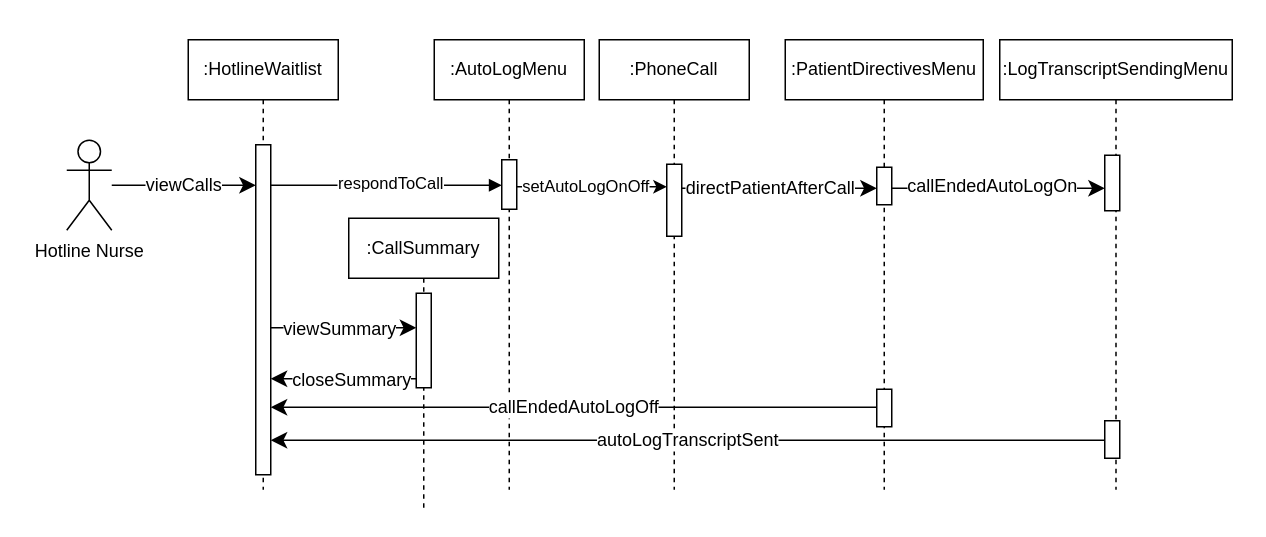
This is AmirWork/M2/Nurse_Hotline_SequenceDiagram.drawio from SENG-350-2024-fall/Team9, a draw.io file, before an edit. Source tidied: cells renumbered, new cells numbered last; positions are measured from the earlier drawing's top-left corner, leaving out a move shared by most shapes. Both pictures are drawn from the tidied source at 150%, with x=0, y=0 at pixel (26, 26).
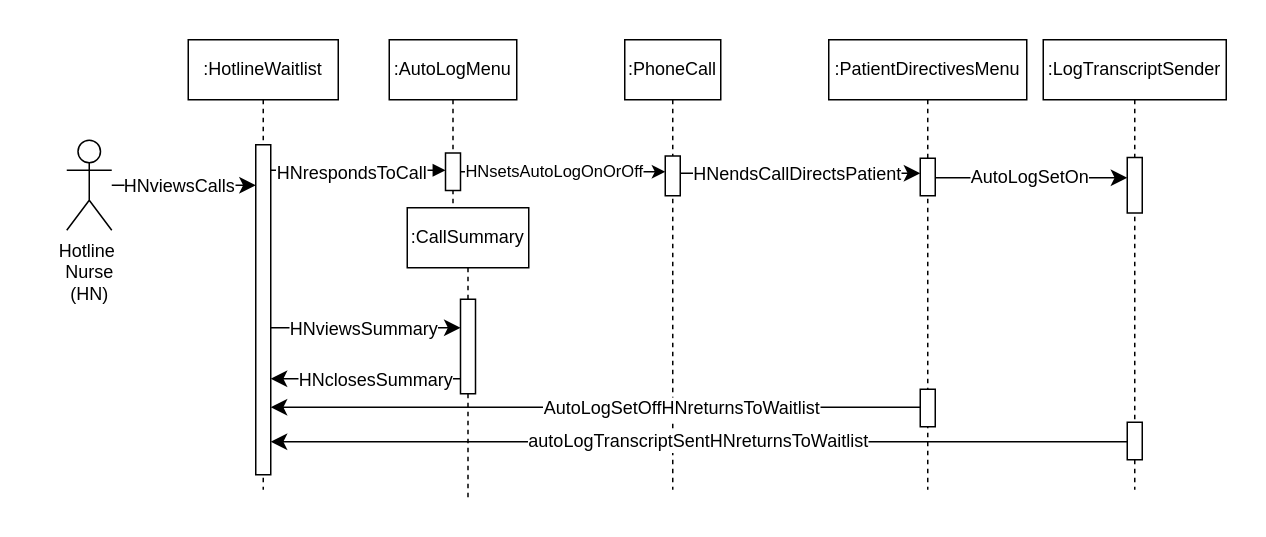
The same diagram, later.

Unchanged cells that the change refers to:
```xml
<mxCell id="7" style="html=1;points=[];perimeter=orthogonalPerimeter;outlineConnect=0;targetShapes=umlLifeline;portConstraint=eastwest;newEdgeStyle={&quot;edgeStyle&quot;:&quot;elbowEdgeStyle&quot;,&quot;elbow&quot;:&quot;vertical&quot;,&quot;curved&quot;:0,&quot;rounded&quot;:0};" parent="6" vertex="1">
  <mxGeometry x="45" y="70" width="10" height="220" as="geometry" />
</mxCell>
<mxCell id="13" style="edgeStyle=elbowEdgeStyle;curved=0;rounded=0;jettySize=auto;html=1;elbow=horizontal;fontSize=12;startSize=8;endSize=8;" parent="1" edge="1" source="7" target="5">
  <mxGeometry relative="1" as="geometry">
    <Array as="points">
      <mxPoint x="217" y="201" />
    </Array>
  </mxGeometry>
</mxCell>
<mxCell id="15" style="edgeStyle=elbowEdgeStyle;curved=0;rounded=0;jettySize=auto;html=1;elbow=horizontal;fontSize=12;startSize=8;endSize=8;" parent="1" edge="1" source="5" target="7">
  <mxGeometry relative="1" as="geometry">
    <Array as="points">
      <mxPoint x="217" y="235" />
    </Array>
  </mxGeometry>
</mxCell>
<mxCell id="23" style="html=1;points=[];perimeter=orthogonalPerimeter;outlineConnect=0;targetShapes=umlLifeline;portConstraint=eastwest;newEdgeStyle={&quot;edgeStyle&quot;:&quot;elbowEdgeStyle&quot;,&quot;elbow&quot;:&quot;vertical&quot;,&quot;curved&quot;:0,&quot;rounded&quot;:0};" parent="21" vertex="1">
  <mxGeometry x="61" y="233" width="10" height="25" as="geometry" />
</mxCell>
```

Diff of the diagram source:
```diff
@@
     <mxCell id="3" style="rounded=0;whiteSpace=wrap;html=1;strokeColor=none;" parent="1" vertex="1">
-      <mxGeometry y="3" width="127" height="147" as="geometry" />
+      <mxGeometry y="9" width="127" height="147" as="geometry" />
     </mxCell>
     <mxCell id="4" value=":CallSummary" style="shape=umlLifeline;perimeter=lifelinePerimeter;whiteSpace=wrap;html=1;newEdgeStyle={&quot;edgeStyle&quot;:&quot;elbowEdgeStyle&quot;,&quot;elbow&quot;:&quot;vertical&quot;,&quot;curved&quot;:0,&quot;rounded&quot;:0};" parent="1" vertex="1">
-      <mxGeometry x="215" y="128" width="100" height="195" as="geometry" />
+      <mxGeometry x="254" y="121" width="81" height="195" as="geometry" />
     </mxCell>
     <mxCell id="5" style="html=1;points=[];perimeter=orthogonalPerimeter;outlineConnect=0;targetShapes=umlLifeline;portConstraint=eastwest;newEdgeStyle={&quot;edgeStyle&quot;:&quot;elbowEdgeStyle&quot;,&quot;elbow&quot;:&quot;vertical&quot;,&quot;curved&quot;:0,&quot;rounded&quot;:0};" parent="4" vertex="1">
-      <mxGeometry x="45" y="50" width="10" height="63" as="geometry" />
+      <mxGeometry x="35.5" y="61" width="10" height="63" as="geometry" />
     </mxCell>
@@
     <mxCell id="8" value=":AutoLogMenu" style="shape=umlLifeline;perimeter=lifelinePerimeter;whiteSpace=wrap;html=1;newEdgeStyle={&quot;edgeStyle&quot;:&quot;elbowEdgeStyle&quot;,&quot;elbow&quot;:&quot;vertical&quot;,&quot;curved&quot;:0,&quot;rounded&quot;:0};" parent="1" vertex="1">
-      <mxGeometry x="272" y="9" width="100" height="300" as="geometry" />
+      <mxGeometry x="242" y="9" width="85" height="110" as="geometry" />
     </mxCell>
     <mxCell id="9" style="html=1;points=[];perimeter=orthogonalPerimeter;outlineConnect=0;targetShapes=umlLifeline;portConstraint=eastwest;newEdgeStyle={&quot;edgeStyle&quot;:&quot;elbowEdgeStyle&quot;,&quot;elbow&quot;:&quot;vertical&quot;,&quot;curved&quot;:0,&quot;rounded&quot;:0};" parent="8" vertex="1">
-      <mxGeometry x="45" y="80" width="10" height="33" as="geometry" />
+      <mxGeometry x="37.5" y="75.5" width="10" height="25" as="geometry" />
     </mxCell>
-    <mxCell id="10" value="respondToCall" style="html=1;verticalAlign=bottom;endArrow=block;edgeStyle=elbowEdgeStyle;elbow=vertical;curved=0;rounded=0;" parent="1" edge="1" source="7" target="9">
+    <mxCell id="10" style="html=1;verticalAlign=bottom;endArrow=block;edgeStyle=elbowEdgeStyle;elbow=vertical;curved=0;rounded=0;" parent="1" edge="1" source="7" target="9">
       <mxGeometry x="0.04" y="-8" relative="1" as="geometry">
         <Array as="points">
-          <mxPoint x="175" y="106" />
+          <mxPoint x="177" y="96" />
         </Array>
       </mxGeometry>
     </mxCell>
+    <mxCell id="33" value="HNrespondsToCall" style="edgeLabel;html=1;align=center;verticalAlign=middle;fontSize=12;" parent="10" vertex="1">
+      <mxGeometry x="0.02" y="-1" relative="1" as="geometry">
+        <mxPoint x="-6" as="offset" />
+      </mxGeometry>
+    </mxCell>
-    <mxCell id="11" value="viewCalls" style="edgeStyle=none;curved=1;rounded=0;jettySize=auto;html=1;fontSize=12;startSize=8;endSize=8;" parent="1" edge="1" source="12" target="7">
-      <mxGeometry relative="1" as="geometry" />
+    <mxCell id="11" style="edgeStyle=none;curved=1;rounded=0;jettySize=auto;html=1;fontSize=12;startSize=8;endSize=8;" parent="1" edge="1" source="12" target="7">
+      <mxGeometry x="0.77" y="29" relative="1" as="geometry" />
     </mxCell>
+    <mxCell id="34" value="HNviewsCalls" style="edgeLabel;html=1;align=center;verticalAlign=middle;fontSize=12;" parent="11" vertex="1">
+      <mxGeometry x="0.33" relative="1" as="geometry">
+        <mxPoint x="-20" as="offset" />
+      </mxGeometry>
+    </mxCell>
-    <mxCell id="12" value="Hotline Nurse" style="shape=umlActor;verticalLabelPosition=bottom;verticalAlign=top;html=1;outlineConnect=0;" parent="1" vertex="1">
+    <mxCell id="12" value="Hotline&amp;nbsp;&lt;div&gt;Nurse&lt;/div&gt;&lt;div&gt;(HN)&lt;/div&gt;" style="shape=umlActor;verticalLabelPosition=bottom;verticalAlign=top;html=1;outlineConnect=0;" parent="1" vertex="1">
       <mxGeometry x="27" y="76" width="30" height="60" as="geometry" />
     </mxCell>
@@
-    <mxCell id="14" value="viewSummary" style="edgeLabel;html=1;align=center;verticalAlign=middle;fontSize=12;" parent="13" vertex="1">
+    <mxCell id="14" value="HNviewsSummary" style="edgeLabel;html=1;align=center;verticalAlign=middle;fontSize=12;" parent="13" vertex="1">
       <mxGeometry x="0.09" y="-1" relative="1" as="geometry">
         <mxPoint x="-8" y="-1" as="offset" />
       </mxGeometry>
     </mxCell>
@@
-    <mxCell id="16" value="closeSummary" style="edgeLabel;html=1;align=center;verticalAlign=middle;fontSize=12;" parent="15" vertex="1">
+    <mxCell id="16" value="HNclosesSummary" style="edgeLabel;html=1;align=center;verticalAlign=middle;fontSize=12;" parent="15" vertex="1">
       <mxGeometry x="-0.1" relative="1" as="geometry" />
     </mxCell>
     <mxCell id="17" value=":PhoneCall" style="shape=umlLifeline;perimeter=lifelinePerimeter;whiteSpace=wrap;html=1;newEdgeStyle={&quot;edgeStyle&quot;:&quot;elbowEdgeStyle&quot;,&quot;elbow&quot;:&quot;vertical&quot;,&quot;curved&quot;:0,&quot;rounded&quot;:0};" parent="1" vertex="1">
-      <mxGeometry x="382" y="9" width="100" height="300" as="geometry" />
+      <mxGeometry x="399" y="9" width="64" height="300" as="geometry" />
     </mxCell>
     <mxCell id="18" style="html=1;points=[];perimeter=orthogonalPerimeter;outlineConnect=0;targetShapes=umlLifeline;portConstraint=eastwest;newEdgeStyle={&quot;edgeStyle&quot;:&quot;elbowEdgeStyle&quot;,&quot;elbow&quot;:&quot;vertical&quot;,&quot;curved&quot;:0,&quot;rounded&quot;:0};" parent="17" vertex="1">
-      <mxGeometry x="45" y="83" width="10" height="48" as="geometry" />
+      <mxGeometry x="27" y="77.5" width="10" height="26.5" as="geometry" />
     </mxCell>
     <mxCell id="19" style="edgeStyle=elbowEdgeStyle;rounded=0;jettySize=auto;html=1;elbow=horizontal;curved=0;" parent="1" edge="1" source="9" target="18">
       <mxGeometry relative="1" as="geometry">
         <Array as="points">
-          <mxPoint x="398" y="107" />
+          <mxPoint x="399" y="97" />
         </Array>
       </mxGeometry>
     </mxCell>
-    <mxCell id="20" value="setAutoLogOnOff" style="edgeLabel;html=1;align=center;verticalAlign=middle;" parent="19" vertex="1">
+    <mxCell id="20" value="HNsetsAutoLogOnOrOff" style="edgeLabel;html=1;align=center;verticalAlign=middle;" parent="19" vertex="1">
       <mxGeometry x="-0.03" y="3" relative="1" as="geometry">
         <mxPoint x="-4" y="2" as="offset" />
       </mxGeometry>
     </mxCell>
     <mxCell id="21" value=":PatientDirectivesMenu" style="shape=umlLifeline;perimeter=lifelinePerimeter;whiteSpace=wrap;html=1;newEdgeStyle={&quot;edgeStyle&quot;:&quot;elbowEdgeStyle&quot;,&quot;elbow&quot;:&quot;vertical&quot;,&quot;curved&quot;:0,&quot;rounded&quot;:0};" parent="1" vertex="1">
-      <mxGeometry x="506" y="9" width="132" height="300" as="geometry" />
+      <mxGeometry x="535" y="9" width="132" height="300" as="geometry" />
     </mxCell>
     <mxCell id="22" style="html=1;points=[];perimeter=orthogonalPerimeter;outlineConnect=0;targetShapes=umlLifeline;portConstraint=eastwest;newEdgeStyle={&quot;edgeStyle&quot;:&quot;elbowEdgeStyle&quot;,&quot;elbow&quot;:&quot;vertical&quot;,&quot;curved&quot;:0,&quot;rounded&quot;:0};" parent="21" vertex="1">
-      <mxGeometry x="61" y="85" width="10" height="25" as="geometry" />
+      <mxGeometry x="61" y="79" width="10" height="25" as="geometry" />
     </mxCell>
@@
     <mxCell id="24" style="edgeStyle=elbowEdgeStyle;curved=0;rounded=0;jettySize=auto;html=1;elbow=vertical;fontSize=12;startSize=8;endSize=8;" parent="1" edge="1" source="18" target="22">
       <mxGeometry relative="1" as="geometry">
         <Array as="points">
-          <mxPoint x="522" y="108" />
+          <mxPoint x="524" y="98" />
         </Array>
       </mxGeometry>
     </mxCell>
-    <mxCell id="25" value="directPatientAfterCall" style="edgeLabel;html=1;align=center;verticalAlign=middle;fontSize=12;" parent="24" vertex="1">
+    <mxCell id="25" value="HNendsCallDirectsPatient" style="edgeLabel;html=1;align=center;verticalAlign=middle;fontSize=12;" parent="24" vertex="1">
       <mxGeometry x="-0.35" relative="1" as="geometry">
-        <mxPoint x="16" y="-1" as="offset" />
+        <mxPoint x="25" as="offset" />
       </mxGeometry>
     </mxCell>
-    <mxCell id="26" value=":LogTranscriptSendingMenu" style="shape=umlLifeline;perimeter=lifelinePerimeter;whiteSpace=wrap;html=1;newEdgeStyle={&quot;edgeStyle&quot;:&quot;elbowEdgeStyle&quot;,&quot;elbow&quot;:&quot;vertical&quot;,&quot;curved&quot;:0,&quot;rounded&quot;:0};" parent="1" vertex="1">
-      <mxGeometry x="649" y="9" width="155" height="300" as="geometry" />
+    <mxCell id="26" value=":LogTranscriptSender" style="shape=umlLifeline;perimeter=lifelinePerimeter;whiteSpace=wrap;html=1;newEdgeStyle={&quot;edgeStyle&quot;:&quot;elbowEdgeStyle&quot;,&quot;elbow&quot;:&quot;vertical&quot;,&quot;curved&quot;:0,&quot;rounded&quot;:0};" parent="1" vertex="1">
+      <mxGeometry x="678" y="9" width="122" height="300" as="geometry" />
     </mxCell>
     <mxCell id="27" style="html=1;points=[];perimeter=orthogonalPerimeter;outlineConnect=0;targetShapes=umlLifeline;portConstraint=eastwest;newEdgeStyle={&quot;edgeStyle&quot;:&quot;elbowEdgeStyle&quot;,&quot;elbow&quot;:&quot;vertical&quot;,&quot;curved&quot;:0,&quot;rounded&quot;:0};" parent="26" vertex="1">
-      <mxGeometry x="70" y="254" width="10" height="25" as="geometry" />
+      <mxGeometry x="56" y="255" width="10" height="25" as="geometry" />
     </mxCell>
-    <mxCell id="28" style="edgeStyle=elbowEdgeStyle;curved=0;rounded=0;jettySize=auto;html=1;elbow=vertical;fontSize=12;startSize=8;endSize=8;" parent="1" edge="1" source="22">
-      <mxGeometry relative="1" as="geometry">
-        <mxPoint x="719" y="108" as="targetPoint" />
-        <Array as="points">
-          <mxPoint x="652" y="108" />
-        </Array>
-      </mxGeometry>
-    </mxCell>
-    <mxCell id="29" value="callEndedAutoLogOn" style="edgeLabel;html=1;align=center;verticalAlign=middle;fontSize=12;" parent="28" vertex="1">
-      <mxGeometry x="-0.37" y="2" relative="1" as="geometry">
-        <mxPoint x="21" as="offset" />
-      </mxGeometry>
-    </mxCell>
-    <mxCell id="30" style="html=1;points=[];perimeter=orthogonalPerimeter;outlineConnect=0;targetShapes=umlLifeline;portConstraint=eastwest;newEdgeStyle={&quot;edgeStyle&quot;:&quot;elbowEdgeStyle&quot;,&quot;elbow&quot;:&quot;vertical&quot;,&quot;curved&quot;:0,&quot;rounded&quot;:0};" parent="1" vertex="1">
-      <mxGeometry x="719" y="86" width="10" height="37" as="geometry" />
+    <mxCell id="30" style="html=1;points=[];perimeter=orthogonalPerimeter;outlineConnect=0;targetShapes=umlLifeline;portConstraint=eastwest;newEdgeStyle={&quot;edgeStyle&quot;:&quot;elbowEdgeStyle&quot;,&quot;elbow&quot;:&quot;vertical&quot;,&quot;curved&quot;:0,&quot;rounded&quot;:0};" parent="26" vertex="1">
+      <mxGeometry x="56" y="78.5" width="10" height="37" as="geometry" />
     </mxCell>
-    <mxCell id="31" value="callEndedAutoLogOff" style="edgeStyle=elbowEdgeStyle;curved=0;rounded=0;jettySize=auto;html=1;elbow=vertical;fontSize=12;startSize=8;endSize=8;startArrow=classic;startFill=1;endArrow=none;endFill=0;" parent="1" edge="1" source="7" target="23">
-      <mxGeometry relative="1" as="geometry">
+    <mxCell id="31" style="edgeStyle=elbowEdgeStyle;curved=0;rounded=0;jettySize=auto;html=1;elbow=vertical;fontSize=12;startSize=8;endSize=8;startArrow=classic;startFill=1;endArrow=none;endFill=0;" parent="1" edge="1" source="7" target="23">
+      <mxGeometry x="0.1" y="-2" relative="1" as="geometry">
         <Array as="points">
           <mxPoint x="365" y="254" />
         </Array>
       </mxGeometry>
     </mxCell>
+    <mxCell id="35" value="AutoLogSetOffHNreturnsToWaitlist" style="edgeLabel;html=1;align=center;verticalAlign=middle;fontSize=12;" parent="31" vertex="1">
+      <mxGeometry x="0.46" y="-1" relative="1" as="geometry">
+        <mxPoint x="-43" y="-1" as="offset" />
+      </mxGeometry>
+    </mxCell>
-    <mxCell id="32" value="autoLogTranscriptSent" style="edgeStyle=elbowEdgeStyle;curved=0;rounded=0;jettySize=auto;html=1;elbow=vertical;fontSize=12;startSize=8;endSize=8;" parent="1" edge="1" source="27" target="7">
+    <mxCell id="32" value="autoLogTranscriptSentHNreturnsToWaitlist" style="edgeStyle=elbowEdgeStyle;curved=0;rounded=0;jettySize=auto;html=1;elbow=vertical;fontSize=12;startSize=8;endSize=8;" parent="1" edge="1" source="27" target="7">
       <mxGeometry relative="1" as="geometry" />
     </mxCell>
+    <mxCell id="36" style="edgeStyle=elbowEdgeStyle;curved=0;rounded=0;jettySize=auto;html=1;elbow=vertical;fontSize=12;startSize=8;endSize=8;" parent="1" edge="1" source="22" target="30">
+      <mxGeometry relative="1" as="geometry" />
+    </mxCell>
+    <mxCell id="37" value="AutoLogSetOn" style="edgeLabel;html=1;align=center;verticalAlign=middle;fontSize=12;" parent="36" vertex="1">
+      <mxGeometry x="0.2" y="1" relative="1" as="geometry">
+        <mxPoint x="-15" as="offset" />
+      </mxGeometry>
+    </mxCell>
```
